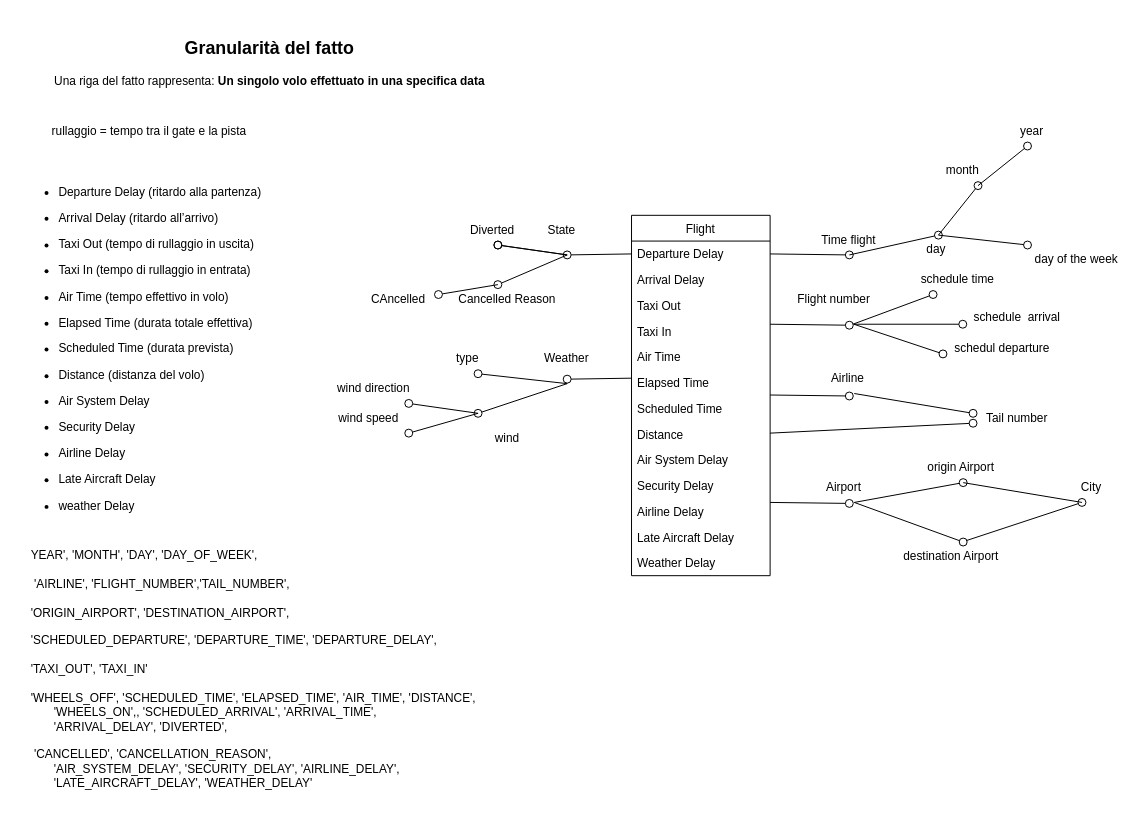
NIKFIORE/DataWarehouse_Flights-Weather keeps this draw.io diagram as DFM_flights_weather.drawio. Above is the earlier version. Source tidied: cells renumbered, new cells numbered last; positions are measured from the earlier drawing's top-left corner, leaving out a move shared by most shapes. Both pictures are drawn from the tidied source at 99%, with x=0, y=0 at pixel (17, 17).
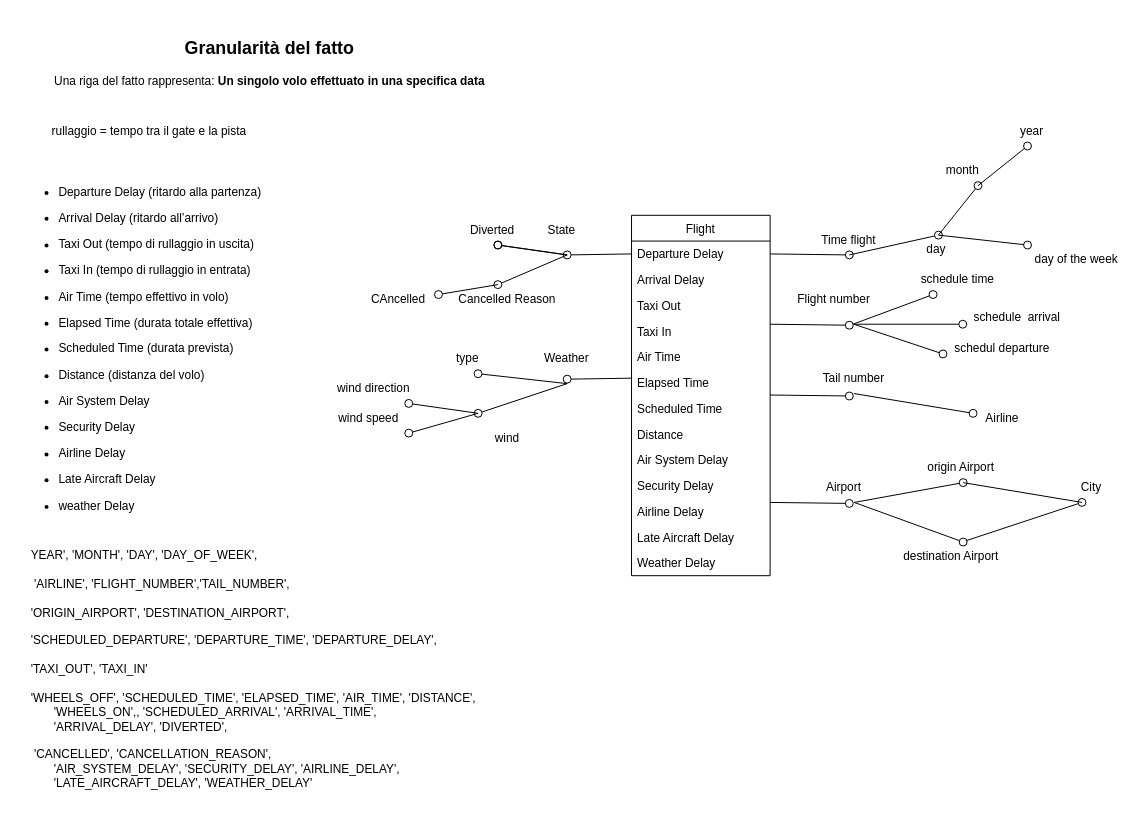
The same diagram, later.

What changed in the source:
```diff
@@
-    <mxCell id="38" style="html=1;verticalAlign=bottom;startArrow=oval;startFill=0;endArrow=none;startSize=8;endFill=0;" parent="1" edge="1">
-      <mxGeometry x="-1" y="81" relative="1" as="geometry">
-        <mxPoint x="965.4" y="410" as="sourcePoint" />
-        <mxPoint x="760.4" y="420" as="targetPoint" />
-        <mxPoint x="-70" y="41" as="offset" />
-      </mxGeometry>
-    </mxCell>
     <mxCell id="39" value="Tail number" style="text;html=1;whiteSpace=wrap;strokeColor=none;fillColor=none;align=center;verticalAlign=middle;rounded=0;" parent="1" vertex="1">
-      <mxGeometry x="965.4" y="390" width="90" height="30" as="geometry" />
+      <mxGeometry x="800.4" y="350" width="90" height="30" as="geometry" />
     </mxCell>
@@
     <mxCell id="50" value="Airline" style="text;html=1;whiteSpace=wrap;strokeColor=none;fillColor=none;align=center;verticalAlign=middle;rounded=0;" parent="1" vertex="1">
-      <mxGeometry x="809.4" y="350" width="60" height="30" as="geometry" />
+      <mxGeometry x="965.4" y="390" width="60" height="30" as="geometry" />
     </mxCell>
     <mxCell id="51" style="html=1;verticalAlign=bottom;startArrow=oval;startFill=0;endArrow=none;startSize=8;endFill=0;" parent="1" edge="1">
       <mxGeometry x="-1" y="81" relative="1" as="geometry">
         <mxPoint x="965.4" y="400" as="sourcePoint" />
-        <mxPoint x="845.4" y="380" as="targetPoint" />
+        <mxPoint x="845" y="380" as="targetPoint" />
         <mxPoint x="-70" y="41" as="offset" />
       </mxGeometry>
     </mxCell>
```
